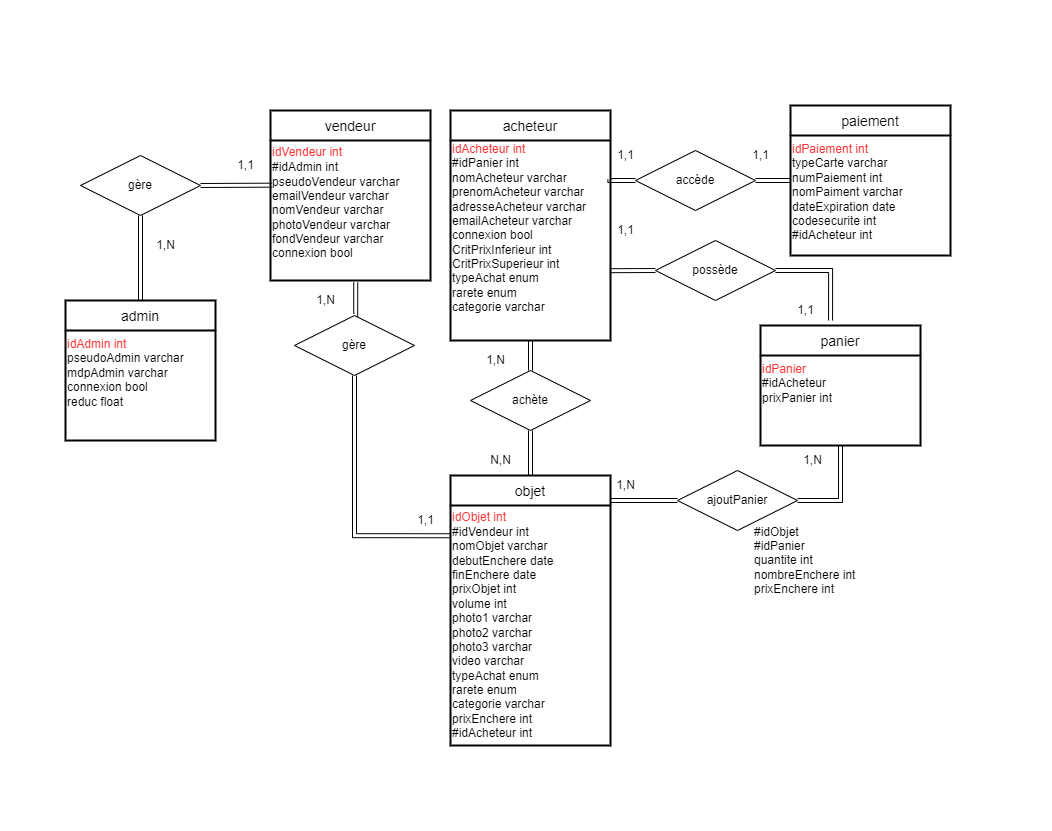
This is relation_entite.drawio.png from Dvdbx/projet-webdynamique, a draw.io export, as it was before one commit. Source tidied: cells renumbered, new cells last; positions are measured from the earlier drawing's top-left corner, leaving out a move shared by most shapes.
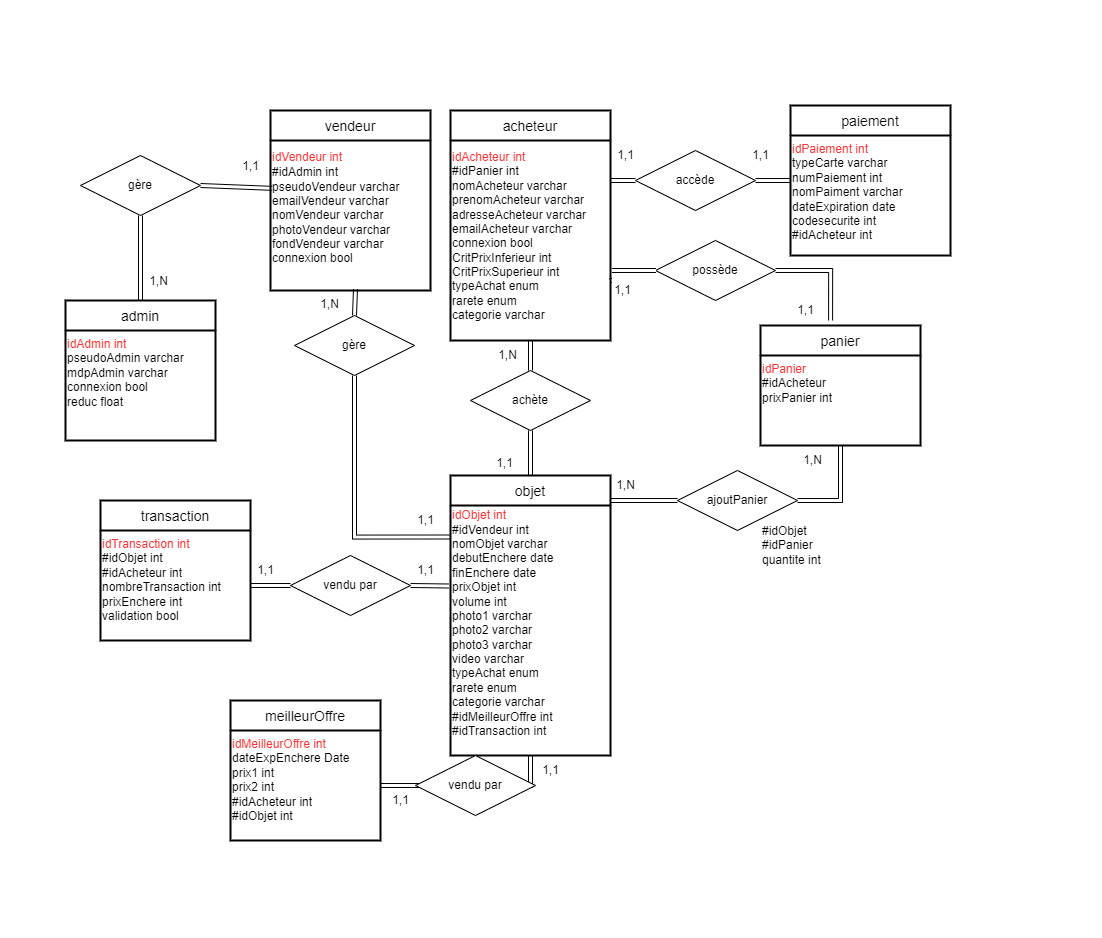
After the commit.

What changed in the source:
```diff
@@ -9,10 +9,10 @@
       <mxGeometry y="30" width="150" height="110" as="geometry" />
     </mxCell>
     <mxCell id="4" value="vendeur" style="swimlane;horizontal=1;startSize=30;rounded=0;fontSize=14;fontStyle=0;strokeWidth=2;shadow=0;dashed=0;align=center;" parent="1" vertex="1">
-      <mxGeometry x="205" y="5" width="160" height="170" as="geometry" />
+      <mxGeometry x="205" y="5" width="160" height="180" as="geometry" />
     </mxCell>
     <mxCell id="5" value="&lt;font style=&quot;font-size: 12px&quot;&gt;&lt;font color=&quot;#ff3333&quot;&gt;&lt;br&gt;&lt;br&gt;&lt;/font&gt;&lt;span style=&quot;color: rgb(255 , 51 , 51)&quot;&gt;idVendeur int&lt;/span&gt;&lt;font color=&quot;#ff3333&quot;&gt;&lt;br&gt;&lt;/font&gt;&lt;div&gt;&lt;span&gt;#idAdmin int&lt;/span&gt;&lt;/div&gt;&lt;div&gt;&lt;span&gt;pseudoVendeur varchar&lt;/span&gt;&lt;/div&gt;&lt;div&gt;&lt;span&gt;emailVendeur varchar&lt;/span&gt;&lt;/div&gt;&lt;div&gt;&lt;span&gt;nomVendeur varchar&lt;/span&gt;&lt;/div&gt;&lt;div&gt;&lt;span&gt;photoVendeur varchar&lt;/span&gt;&lt;/div&gt;&lt;div&gt;&lt;span&gt;fondVendeur varchar&lt;/span&gt;&lt;/div&gt;&lt;div&gt;&lt;span&gt;connexion bool&lt;/span&gt;&lt;/div&gt;&lt;/font&gt;&lt;div style=&quot;padding: 0px ; margin: 0px&quot;&gt;&lt;br style=&quot;padding: 0px ; margin: 0px&quot;&gt;&lt;/div&gt;&lt;div style=&quot;padding: 0px ; margin: 0px&quot;&gt;&lt;br style=&quot;padding: 0px ; margin: 0px&quot;&gt;&lt;/div&gt;&lt;div style=&quot;padding: 0px ; margin: 0px&quot;&gt;&lt;br style=&quot;padding: 0px ; margin: 0px ; font-size: 12px&quot;&gt;&lt;/div&gt;" style="text;html=1;strokeColor=none;fillColor=none;align=left;verticalAlign=middle;whiteSpace=wrap;rounded=0;sketch=0;fontSize=14;fontColor=#000000;" parent="4" vertex="1">
-      <mxGeometry y="30" width="160" height="140" as="geometry" />
+      <mxGeometry y="30" width="160" height="150" as="geometry" />
     </mxCell>
     <mxCell id="6" value="acheteur" style="swimlane;horizontal=1;startSize=30;rounded=0;fontSize=14;fontStyle=0;strokeWidth=2;shadow=0;dashed=0;align=center;" parent="1" vertex="1">
       <mxGeometry x="385" y="5" width="160" height="230" as="geometry" />
@@ -24,10 +24,10 @@
       <mxGeometry y="30" width="160" height="120" as="geometry" />
     </mxCell>
     <mxCell id="9" value="objet" style="swimlane;horizontal=1;startSize=30;rounded=0;fontSize=14;fontStyle=0;strokeWidth=2;shadow=0;dashed=0;align=center;" parent="1" vertex="1">
-      <mxGeometry x="385" y="370" width="160" height="270" as="geometry" />
+      <mxGeometry x="385" y="370" width="160" height="280" as="geometry" />
     </mxCell>
-    <mxCell id="10" value="&lt;span&gt;&lt;font color=&quot;#ff3333&quot;&gt;idObjet int&lt;/font&gt;&lt;/span&gt;&lt;br style=&quot;padding: 0px ; margin: 0px&quot;&gt;&lt;span&gt;#idVendeur int&lt;/span&gt;&lt;br style=&quot;padding: 0px ; margin: 0px&quot;&gt;&lt;span&gt;nomObjet varchar&lt;/span&gt;&lt;br style=&quot;padding: 0px ; margin: 0px&quot;&gt;&lt;span&gt;debutEnchere date&lt;/span&gt;&lt;br style=&quot;padding: 0px ; margin: 0px&quot;&gt;&lt;span&gt;finEnchere date&lt;/span&gt;&lt;br style=&quot;padding: 0px ; margin: 0px&quot;&gt;&lt;span&gt;prixObjet int&lt;/span&gt;&lt;br style=&quot;padding: 0px ; margin: 0px&quot;&gt;&lt;span&gt;volume int&lt;/span&gt;&lt;br style=&quot;padding: 0px ; margin: 0px&quot;&gt;&lt;span&gt;photo1 varchar&lt;/span&gt;&lt;br style=&quot;padding: 0px ; margin: 0px&quot;&gt;&lt;span&gt;photo2 varchar&lt;/span&gt;&lt;br style=&quot;padding: 0px ; margin: 0px&quot;&gt;&lt;span&gt;photo3 varchar&lt;/span&gt;&lt;br style=&quot;padding: 0px ; margin: 0px&quot;&gt;&lt;span&gt;video varchar&lt;/span&gt;&lt;br style=&quot;padding: 0px ; margin: 0px&quot;&gt;&lt;span&gt;typeAchat enum&lt;/span&gt;&lt;br style=&quot;padding: 0px ; margin: 0px&quot;&gt;&lt;span&gt;rarete enum&lt;/span&gt;&lt;br style=&quot;padding: 0px ; margin: 0px&quot;&gt;&lt;span&gt;categorie varchar&lt;br&gt;prixEnchere int&lt;br&gt;#idAcheteur int&lt;br&gt;&lt;/span&gt;" style="text;html=1;strokeColor=none;fillColor=none;align=left;verticalAlign=middle;whiteSpace=wrap;rounded=0;sketch=0;fontSize=12;fontColor=#000000;" parent="9" vertex="1">
-      <mxGeometry y="30" width="160" height="240" as="geometry" />
+    <mxCell id="10" value="&lt;span&gt;&lt;font color=&quot;#ff3333&quot;&gt;idObjet int&lt;/font&gt;&lt;/span&gt;&lt;br style=&quot;padding: 0px ; margin: 0px&quot;&gt;&lt;span&gt;#idVendeur int&lt;/span&gt;&lt;br style=&quot;padding: 0px ; margin: 0px&quot;&gt;&lt;span&gt;nomObjet varchar&lt;/span&gt;&lt;br style=&quot;padding: 0px ; margin: 0px&quot;&gt;&lt;span&gt;debutEnchere date&lt;/span&gt;&lt;br style=&quot;padding: 0px ; margin: 0px&quot;&gt;&lt;span&gt;finEnchere date&lt;/span&gt;&lt;br style=&quot;padding: 0px ; margin: 0px&quot;&gt;&lt;span&gt;prixObjet int&lt;/span&gt;&lt;br style=&quot;padding: 0px ; margin: 0px&quot;&gt;&lt;span&gt;volume int&lt;/span&gt;&lt;br style=&quot;padding: 0px ; margin: 0px&quot;&gt;&lt;span&gt;photo1 varchar&lt;/span&gt;&lt;br style=&quot;padding: 0px ; margin: 0px&quot;&gt;&lt;span&gt;photo2 varchar&lt;/span&gt;&lt;br style=&quot;padding: 0px ; margin: 0px&quot;&gt;&lt;span&gt;photo3 varchar&lt;/span&gt;&lt;br style=&quot;padding: 0px ; margin: 0px&quot;&gt;&lt;span&gt;video varchar&lt;/span&gt;&lt;br style=&quot;padding: 0px ; margin: 0px&quot;&gt;&lt;span&gt;typeAchat enum&lt;/span&gt;&lt;br style=&quot;padding: 0px ; margin: 0px&quot;&gt;&lt;span&gt;rarete enum&lt;/span&gt;&lt;br style=&quot;padding: 0px ; margin: 0px&quot;&gt;&lt;span&gt;categorie varchar&lt;br&gt;#idMeilleurOffre int&lt;br&gt;#idTransaction int&lt;br&gt;&lt;br&gt;&lt;/span&gt;" style="text;html=1;strokeColor=none;fillColor=none;align=left;verticalAlign=middle;whiteSpace=wrap;rounded=0;sketch=0;fontSize=12;fontColor=#000000;" parent="9" vertex="1">
+      <mxGeometry y="30" width="160" height="250" as="geometry" />
     </mxCell>
     <mxCell id="11" value="panier" style="swimlane;horizontal=1;startSize=30;rounded=0;fontSize=14;fontStyle=0;strokeWidth=2;shadow=0;dashed=0;align=center;" parent="1" vertex="1">
       <mxGeometry x="695" y="220" width="160" height="120" as="geometry" />
@@ -105,8 +105,8 @@
     <mxCell id="34" value="possède" style="shape=rhombus;perimeter=rhombusPerimeter;whiteSpace=wrap;html=1;align=center;rounded=0;" parent="1" vertex="1">
       <mxGeometry x="590" y="135" width="120" height="60" as="geometry" />
     </mxCell>
-    <mxCell id="35" value="&lt;span&gt;#idObjet&lt;/span&gt;&lt;br style=&quot;padding: 0px ; margin: 0px&quot;&gt;&lt;span&gt;#idPanier&lt;/span&gt;&lt;br style=&quot;padding: 0px ; margin: 0px&quot;&gt;&lt;span&gt;quantite int&lt;/span&gt;&lt;br style=&quot;padding: 0px ; margin: 0px&quot;&gt;&lt;span&gt;nombreEnchere int&lt;/span&gt;&lt;br style=&quot;padding: 0px ; margin: 0px&quot;&gt;&lt;span&gt;prixEnchere int&lt;/span&gt;" style="text;html=1;align=left;verticalAlign=middle;strokeColor=none;fillColor=none;rounded=0;" parent="1" vertex="1">
-      <mxGeometry x="687" y="415" width="120" height="80" as="geometry" />
+    <mxCell id="35" value="&lt;span&gt;#idObjet&lt;/span&gt;&lt;br style=&quot;padding: 0px ; margin: 0px&quot;&gt;&lt;span&gt;#idPanier&lt;/span&gt;&lt;br style=&quot;padding: 0px ; margin: 0px&quot;&gt;&lt;span&gt;quantite int&lt;/span&gt;&lt;br style=&quot;padding: 0px ; margin: 0px&quot;&gt;" style="text;html=1;align=left;verticalAlign=middle;strokeColor=none;fillColor=none;rounded=0;" parent="1" vertex="1">
+      <mxGeometry x="695" y="415" width="70" height="50" as="geometry" />
     </mxCell>
     <mxCell id="36" style="edgeStyle=orthogonalEdgeStyle;rounded=0;jettySize=auto;html=1;exitX=1;exitY=0.5;exitDx=0;exitDy=0;entryX=0.5;entryY=1;entryDx=0;entryDy=0;shape=link;" parent="1" edge="1" source="38">
       <mxGeometry relative="1" as="geometry">
@@ -122,7 +122,7 @@
       <mxGeometry x="612" y="365" width="120" height="60" as="geometry" />
     </mxCell>
     <mxCell id="39" value="&lt;span&gt;&lt;font color=&quot;#ff3333&quot;&gt;&lt;br&gt;idAcheteur int&lt;/font&gt;&lt;/span&gt;&lt;br style=&quot;padding: 0px ; margin: 0px&quot;&gt;&lt;span&gt;#idPanier int&lt;/span&gt;&lt;br style=&quot;padding: 0px ; margin: 0px&quot;&gt;&lt;span&gt;nomAcheteur varchar&lt;/span&gt;&lt;br style=&quot;padding: 0px ; margin: 0px&quot;&gt;&lt;span&gt;prenomAcheteur varchar&lt;/span&gt;&lt;br style=&quot;padding: 0px ; margin: 0px&quot;&gt;&lt;span&gt;adresseAcheteur varchar&lt;/span&gt;&lt;br style=&quot;padding: 0px ; margin: 0px&quot;&gt;&lt;span&gt;emailAcheteur varchar&lt;/span&gt;&lt;br style=&quot;padding: 0px ; margin: 0px&quot;&gt;&lt;span&gt;connexion bool&lt;br&gt;&lt;div&gt;CritPrixInferieur int&lt;/div&gt;&lt;div&gt;CritPrixSuperieur int&amp;nbsp;&lt;/div&gt;&lt;div&gt;typeAchat enum&amp;nbsp;&lt;/div&gt;&lt;div&gt;rarete enum&amp;nbsp;&lt;/div&gt;&lt;div&gt;categorie varchar&amp;nbsp;&lt;/div&gt;&lt;br&gt;&lt;br&gt;&lt;/span&gt;" style="text;html=1;strokeColor=none;fillColor=none;align=left;verticalAlign=middle;whiteSpace=wrap;rounded=0;sketch=0;fontSize=12;fontColor=#000000;" parent="1" vertex="1">
-      <mxGeometry x="385" y="30" width="160" height="200" as="geometry" />
+      <mxGeometry x="385" y="30" width="160" height="215" as="geometry" />
     </mxCell>
     <mxCell id="40" style="endArrow=none;html=1;rounded=0;entryX=0.5;entryY=0;entryDx=0;entryDy=0;shape=link;startArrow=none;" parent="1" edge="1" source="41" target="9">
       <mxGeometry relative="1" as="geometry" />
@@ -141,5 +141,48 @@
     <mxCell id="44" value="N,N" style="text;html=1;align=center;verticalAlign=middle;strokeColor=none;fillColor=none;" parent="1" vertex="1">
       <mxGeometry x="415" y="345" width="40" height="20" as="geometry" />
     </mxCell>
+    <mxCell id="45" value="transaction" style="swimlane;horizontal=1;startSize=30;rounded=0;fontSize=14;fontStyle=0;strokeWidth=2;shadow=0;dashed=0;align=center;labelBorderColor=none;" parent="1" vertex="1">
+      <mxGeometry x="35" y="395" width="150" height="140" as="geometry" />
+    </mxCell>
+    <mxCell id="46" value="&lt;span&gt;&lt;font color=&quot;#ff3333&quot;&gt;idTransaction int&lt;/font&gt;&lt;br&gt;#idObjet int&lt;br&gt;#idAcheteur int&amp;nbsp;&lt;br&gt;nombreTransaction int&lt;br&gt;prixEnchere int&lt;br&gt;validation bool&lt;br&gt;&lt;br&gt;&lt;br&gt;&lt;/span&gt;&lt;div&gt;&lt;span&gt;&lt;br&gt;&lt;/span&gt;&lt;/div&gt;" style="text;html=1;strokeColor=none;fillColor=none;align=left;verticalAlign=top;whiteSpace=wrap;rounded=0;sketch=0;fontColor=#000000;" parent="45" vertex="1">
+      <mxGeometry y="30" width="150" height="110" as="geometry" />
+    </mxCell>
+    <mxCell id="47" value="meilleurOffre" style="swimlane;horizontal=1;startSize=30;rounded=0;fontSize=14;fontStyle=0;strokeWidth=2;shadow=0;dashed=0;align=center;labelBorderColor=none;" parent="1" vertex="1">
+      <mxGeometry x="165" y="595" width="150" height="140" as="geometry" />
+    </mxCell>
+    <mxCell id="48" value="&lt;span&gt;&lt;font color=&quot;#ff3333&quot;&gt;idMeilleurOffre int&lt;/font&gt;&lt;br&gt;dateExpEnchere Date&lt;br&gt;prix1 int&lt;br&gt;prix2 int&lt;br&gt;#idAcheteur int&lt;br&gt;#idObjet int&lt;br&gt;&lt;br&gt;&lt;/span&gt;&lt;div&gt;&lt;span&gt;&lt;br&gt;&lt;/span&gt;&lt;/div&gt;&lt;div&gt;&lt;span&gt;&lt;br&gt;&lt;/span&gt;&lt;/div&gt;" style="text;html=1;strokeColor=none;fillColor=none;align=left;verticalAlign=top;whiteSpace=wrap;rounded=0;sketch=0;fontColor=#000000;" parent="47" vertex="1">
+      <mxGeometry y="30" width="150" height="110" as="geometry" />
+    </mxCell>
+    <mxCell id="49" style="edgeStyle=none;rounded=0;jettySize=auto;html=1;exitX=1;exitY=0.5;exitDx=0;exitDy=0;entryX=0.5;entryY=1;entryDx=0;entryDy=0;fontColor=#000000;shape=link;" parent="1" edge="1" source="48" target="10">
+      <mxGeometry relative="1" as="geometry">
+        <Array as="points">
+          <mxPoint x="465" y="680" />
+        </Array>
+      </mxGeometry>
+    </mxCell>
+    <mxCell id="50" style="edgeStyle=none;shape=link;rounded=0;jettySize=auto;html=1;exitX=1;exitY=0.5;exitDx=0;exitDy=0;entryX=-0.01;entryY=0.322;entryDx=0;entryDy=0;entryPerimeter=0;fontColor=#000000;startArrow=none;" parent="1" edge="1" source="55" target="10">
+      <mxGeometry relative="1" as="geometry" />
+    </mxCell>
+    <mxCell id="51" value="1,1" style="text;html=1;align=center;verticalAlign=middle;strokeColor=none;fillColor=none;fontColor=#000000;" parent="1" vertex="1">
+      <mxGeometry x="185" y="455" width="30" height="20" as="geometry" />
+    </mxCell>
+    <mxCell id="52" value="1,1" style="text;html=1;align=center;verticalAlign=middle;strokeColor=none;fillColor=none;fontColor=#000000;" parent="1" vertex="1">
+      <mxGeometry x="345" y="455" width="30" height="20" as="geometry" />
+    </mxCell>
+    <mxCell id="53" value="1,1" style="text;html=1;align=center;verticalAlign=middle;strokeColor=none;fillColor=none;fontColor=#000000;" parent="1" vertex="1">
+      <mxGeometry x="320" y="685" width="30" height="20" as="geometry" />
+    </mxCell>
+    <mxCell id="54" value="1,1" style="text;html=1;align=center;verticalAlign=middle;strokeColor=none;fillColor=none;fontColor=#000000;" parent="1" vertex="1">
+      <mxGeometry x="470" y="655" width="30" height="20" as="geometry" />
+    </mxCell>
+    <mxCell id="55" value="vendu par" style="shape=rhombus;perimeter=rhombusPerimeter;whiteSpace=wrap;html=1;align=center;fontColor=#000000;" parent="1" vertex="1">
+      <mxGeometry x="225" y="450" width="120" height="60" as="geometry" />
+    </mxCell>
+    <mxCell id="56" style="edgeStyle=none;shape=link;rounded=0;jettySize=auto;html=1;exitX=1;exitY=0.5;exitDx=0;exitDy=0;entryX=0;entryY=0.5;entryDx=0;entryDy=0;fontColor=#000000;endArrow=none;" parent="1" edge="1" source="46" target="55">
+      <mxGeometry relative="1" as="geometry" />
+    </mxCell>
+    <mxCell id="57" value="vendu par" style="shape=rhombus;perimeter=rhombusPerimeter;whiteSpace=wrap;html=1;align=center;fontColor=#000000;" parent="1" vertex="1">
+      <mxGeometry x="350" y="650" width="120" height="60" as="geometry" />
+    </mxCell>
   </root>
 </mxGraphModel>
```
